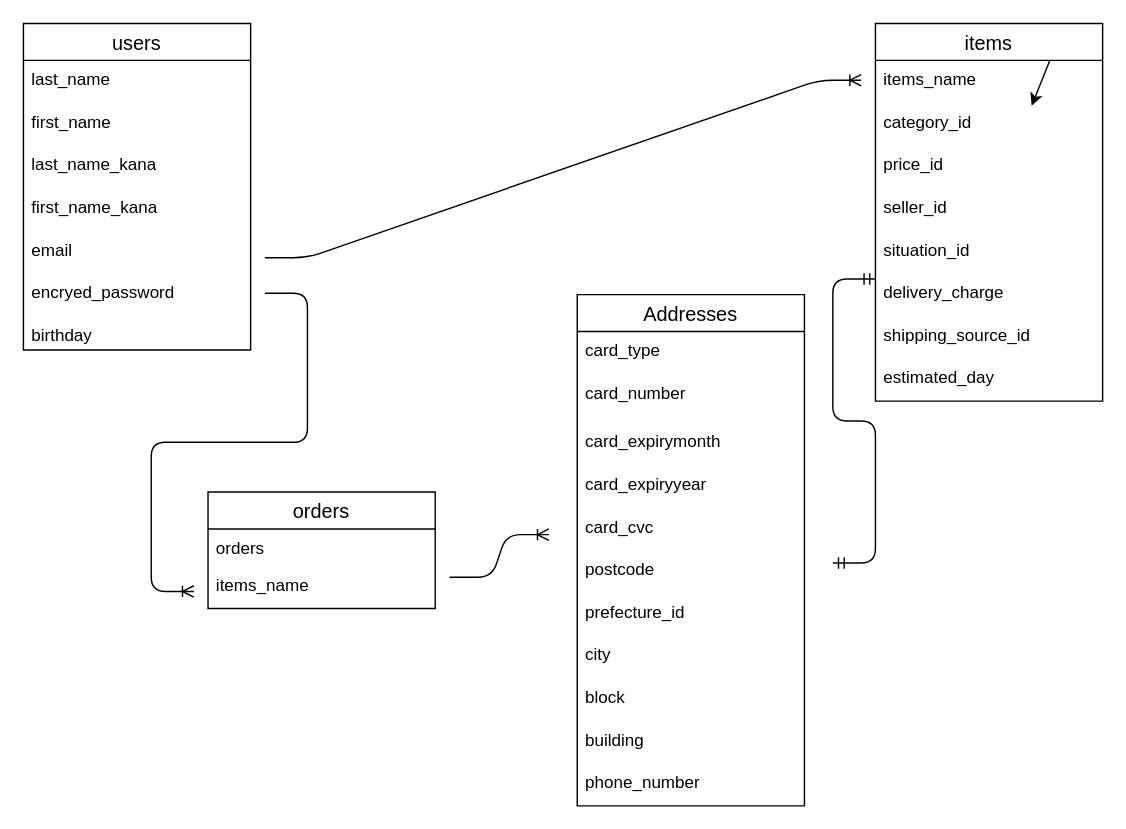
Earlier version of the draw.io diagram test.dio (ri0629/furima-39484). Source tidied: cells renumbered, new cells numbered last; positions are measured from the earlier drawing's top-left corner, leaving out a move shared by most shapes. Both pictures are drawn from the tidied source at 142%, with x=0, y=0 at pixel (23, 23).
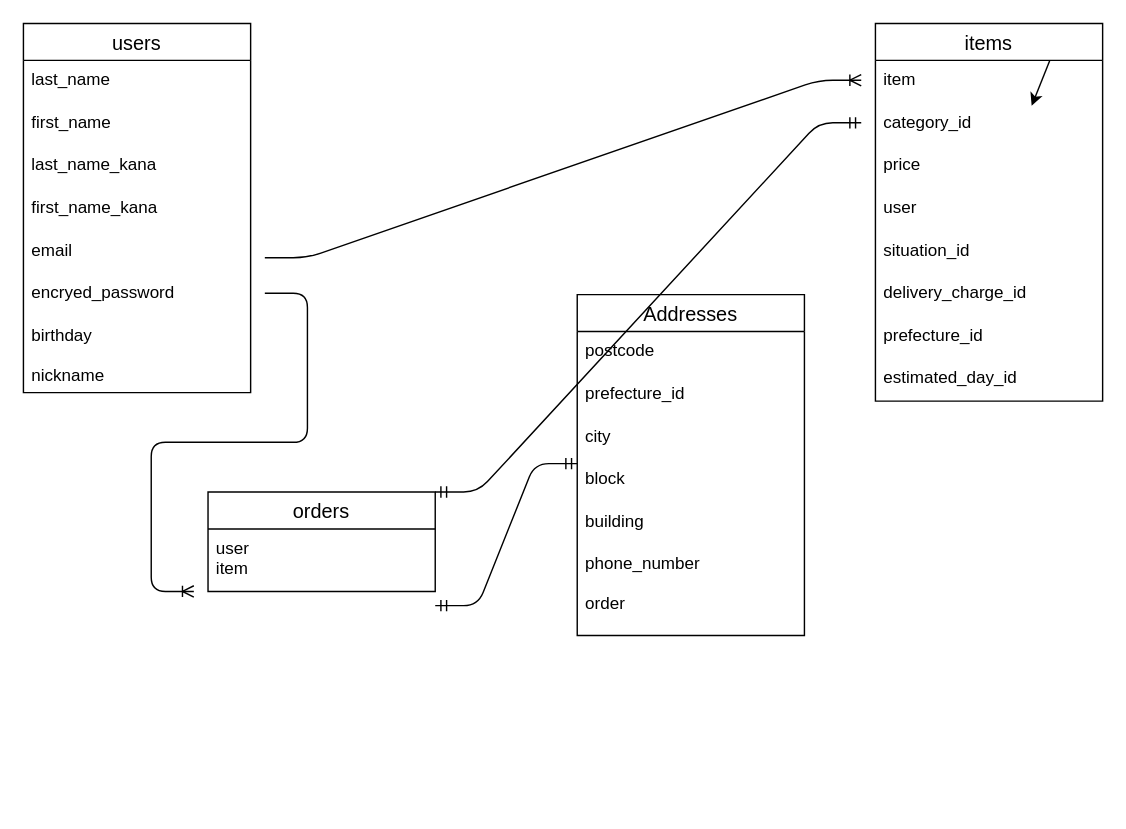
The same diagram, later.

The change refers to these unchanged cells:
```xml
<mxCell id="11" value="items" style="swimlane;fontStyle=0;horizontal=1;startSize=26;align=center;fontSize=14;" parent="1" vertex="1">
  <mxGeometry x="600" width="160" height="266" as="geometry" />
</mxCell>
```

The edit, as a diff of the source:
```diff
@@
     <mxCell id="2" value="users" style="swimlane;fontStyle=0;horizontal=1;startSize=26;align=center;fontSize=14;" parent="1" vertex="1">
-      <mxGeometry width="160" height="230" as="geometry" />
+      <mxGeometry width="160" height="260" as="geometry" />
     </mxCell>
@@
-    <mxCell id="9" value="birthday" style="text;strokeColor=none;fillColor=none;spacingLeft=4;spacingRight=4;overflow=hidden;fontSize=12;" parent="2" vertex="1">
-      <mxGeometry y="206" width="160" height="24" as="geometry" />
+    <mxCell id="9" value="birthday&#10;&#10;nickname" style="text;strokeColor=none;fillColor=none;spacingLeft=4;spacingRight=4;overflow=hidden;fontSize=12;" parent="2" vertex="1">
+      <mxGeometry y="206" width="160" height="54" as="geometry" />
     </mxCell>
@@
-    <mxCell id="12" value="items_name" style="text;strokeColor=none;fillColor=none;spacingLeft=4;spacingRight=4;overflow=hidden;fontSize=12;" parent="11" vertex="1">
+    <mxCell id="12" value="item" style="text;strokeColor=none;fillColor=none;spacingLeft=4;spacingRight=4;overflow=hidden;fontSize=12;" parent="11" vertex="1">
       <mxGeometry y="26" width="160" height="30" as="geometry" />
     </mxCell>
@@
-    <mxCell id="14" value="price_id" style="text;strokeColor=none;fillColor=none;spacingLeft=4;spacingRight=4;overflow=hidden;fontSize=12;" parent="11" vertex="1">
+    <mxCell id="14" value="price" style="text;strokeColor=none;fillColor=none;spacingLeft=4;spacingRight=4;overflow=hidden;fontSize=12;" parent="11" vertex="1">
       <mxGeometry y="86" width="160" height="30" as="geometry" />
     </mxCell>
-    <mxCell id="15" value="seller_id" style="text;strokeColor=none;fillColor=none;spacingLeft=4;spacingRight=4;overflow=hidden;fontSize=12;" parent="11" vertex="1">
+    <mxCell id="15" value="user" style="text;strokeColor=none;fillColor=none;spacingLeft=4;spacingRight=4;overflow=hidden;fontSize=12;" parent="11" vertex="1">
       <mxGeometry y="116" width="160" height="30" as="geometry" />
     </mxCell>
@@
-    <mxCell id="17" value="delivery_charge" style="text;strokeColor=none;fillColor=none;spacingLeft=4;spacingRight=4;overflow=hidden;fontSize=12;" parent="11" vertex="1">
+    <mxCell id="17" value="delivery_charge_id" style="text;strokeColor=none;fillColor=none;spacingLeft=4;spacingRight=4;overflow=hidden;fontSize=12;" parent="11" vertex="1">
       <mxGeometry y="176" width="160" height="30" as="geometry" />
     </mxCell>
-    <mxCell id="18" value="shipping_source_id" style="text;strokeColor=none;fillColor=none;spacingLeft=4;spacingRight=4;overflow=hidden;fontSize=12;" parent="11" vertex="1">
+    <mxCell id="18" value="prefecture_id" style="text;strokeColor=none;fillColor=none;spacingLeft=4;spacingRight=4;overflow=hidden;fontSize=12;" parent="11" vertex="1">
       <mxGeometry y="206" width="160" height="30" as="geometry" />
     </mxCell>
-    <mxCell id="19" value="estimated_day" style="text;strokeColor=none;fillColor=none;spacingLeft=4;spacingRight=4;overflow=hidden;fontSize=12;" parent="11" vertex="1">
+    <mxCell id="19" value="estimated_day_id" style="text;strokeColor=none;fillColor=none;spacingLeft=4;spacingRight=4;overflow=hidden;fontSize=12;" parent="11" vertex="1">
       <mxGeometry y="236" width="160" height="30" as="geometry" />
     </mxCell>
     <mxCell id="20" value="orders" style="swimlane;fontStyle=0;horizontal=1;startSize=26;align=center;fontSize=14;" parent="1" vertex="1">
-      <mxGeometry x="130" y="330" width="160" height="82" as="geometry" />
+      <mxGeometry x="130" y="330" width="160" height="70" as="geometry" />
     </mxCell>
-    <mxCell id="21" value="orders" style="text;strokeColor=none;fillColor=none;spacingLeft=4;spacingRight=4;overflow=hidden;fontSize=12;" parent="20" vertex="1">
-      <mxGeometry y="26" width="160" height="26" as="geometry" />
+    <mxCell id="21" value="user&#10;item" style="text;strokeColor=none;fillColor=none;spacingLeft=4;spacingRight=4;overflow=hidden;fontSize=12;" parent="20" vertex="1">
+      <mxGeometry y="26" width="160" height="44" as="geometry" />
     </mxCell>
-    <mxCell id="22" value="items_name" style="text;strokeColor=none;fillColor=none;spacingLeft=4;spacingRight=4;overflow=hidden;fontSize=12;" parent="20" vertex="1">
-      <mxGeometry y="52" width="160" height="30" as="geometry" />
-    </mxCell>
@@
-    <mxCell id="25" style="edgeStyle=entityRelationEdgeStyle;fontSize=12;html=1;endArrow=ERoneToMany;" parent="1" edge="1">
-      <mxGeometry relative="1" as="geometry">
-        <mxPoint x="300" y="390" as="sourcePoint" />
-        <mxPoint x="370" y="360" as="targetPoint" />
-      </mxGeometry>
-    </mxCell>
     <mxCell id="26" value="Addresses" style="swimlane;fontStyle=0;horizontal=1;startSize=26;align=center;fontSize=14;" parent="1" vertex="1">
-      <mxGeometry x="390" y="191" width="160" height="360" as="geometry" />
+      <mxGeometry x="390" y="191" width="160" height="240" as="geometry" />
     </mxCell>
-    <mxCell id="27" value="card_type" style="text;strokeColor=none;fillColor=none;spacingLeft=4;spacingRight=4;overflow=hidden;fontSize=12;" parent="26" vertex="1">
-      <mxGeometry y="26" width="160" height="30" as="geometry" />
-    </mxCell>
-    <mxCell id="28" value="card_number&#10;&#10;" style="text;strokeColor=none;fillColor=none;spacingLeft=4;spacingRight=4;overflow=hidden;fontSize=12;" parent="26" vertex="1">
-      <mxGeometry y="56" width="160" height="34" as="geometry" />
-    </mxCell>
-    <mxCell id="29" value="card_expirymonth" style="text;strokeColor=none;fillColor=none;spacingLeft=4;spacingRight=4;overflow=hidden;fontSize=12;" parent="26" vertex="1">
-      <mxGeometry y="90" width="160" height="30" as="geometry" />
-    </mxCell>
-    <mxCell id="30" value="card_expiryyear" style="text;strokeColor=none;fillColor=none;spacingLeft=4;spacingRight=4;overflow=hidden;fontSize=12;" parent="26" vertex="1">
-      <mxGeometry y="120" width="160" height="30" as="geometry" />
-    </mxCell>
-    <mxCell id="31" value="card_cvc" style="text;strokeColor=none;fillColor=none;spacingLeft=4;spacingRight=4;overflow=hidden;fontSize=12;" parent="26" vertex="1">
-      <mxGeometry y="150" width="160" height="30" as="geometry" />
-    </mxCell>
     <mxCell id="32" value="postcode" style="text;strokeColor=none;fillColor=none;spacingLeft=4;spacingRight=4;overflow=hidden;fontSize=12;" parent="26" vertex="1">
-      <mxGeometry y="180" width="160" height="30" as="geometry" />
+      <mxGeometry y="26" width="160" height="30" as="geometry" />
     </mxCell>
     <mxCell id="33" value="prefecture_id" style="text;strokeColor=none;fillColor=none;spacingLeft=4;spacingRight=4;overflow=hidden;fontSize=12;" parent="26" vertex="1">
-      <mxGeometry y="210" width="160" height="30" as="geometry" />
+      <mxGeometry y="56" width="160" height="30" as="geometry" />
     </mxCell>
     <mxCell id="34" value="city" style="text;strokeColor=none;fillColor=none;spacingLeft=4;spacingRight=4;overflow=hidden;fontSize=12;" parent="26" vertex="1">
-      <mxGeometry y="240" width="160" height="30" as="geometry" />
+      <mxGeometry y="86" width="160" height="30" as="geometry" />
     </mxCell>
     <mxCell id="35" value="block" style="text;strokeColor=none;fillColor=none;spacingLeft=4;spacingRight=4;overflow=hidden;fontSize=12;" parent="26" vertex="1">
-      <mxGeometry y="270" width="160" height="30" as="geometry" />
+      <mxGeometry y="116" width="160" height="30" as="geometry" />
     </mxCell>
     <mxCell id="36" value="building" style="text;strokeColor=none;fillColor=none;spacingLeft=4;spacingRight=4;overflow=hidden;fontSize=12;" parent="26" vertex="1">
-      <mxGeometry y="300" width="160" height="30" as="geometry" />
+      <mxGeometry y="146" width="160" height="30" as="geometry" />
     </mxCell>
-    <mxCell id="37" value="phone_number" style="text;strokeColor=none;fillColor=none;spacingLeft=4;spacingRight=4;overflow=hidden;fontSize=12;" parent="26" vertex="1">
-      <mxGeometry y="330" width="160" height="30" as="geometry" />
+    <mxCell id="37" value="phone_number&#10;&#10;order&#10;&#10;" style="text;strokeColor=none;fillColor=none;spacingLeft=4;spacingRight=4;overflow=hidden;fontSize=12;" parent="26" vertex="1">
+      <mxGeometry y="176" width="160" height="64" as="geometry" />
     </mxCell>
-    <mxCell id="38" style="edgeStyle=entityRelationEdgeStyle;fontSize=12;html=1;endArrow=ERmandOne;startArrow=ERmandOne;" parent="1" edge="1">
-      <mxGeometry relative="1" as="geometry">
-        <mxPoint x="570" y="380" as="sourcePoint" />
-        <mxPoint x="600" y="180" as="targetPoint" />
-      </mxGeometry>
-    </mxCell>
+    <mxCell id="39" style="edgeStyle=entityRelationEdgeStyle;fontSize=12;html=1;endArrow=ERmandOne;startArrow=ERmandOne;exitX=1;exitY=0;exitDx=0;exitDy=0;" parent="1" edge="1" source="20">
+      <mxGeometry relative="1" as="geometry">
+        <mxPoint x="590" y="70" as="targetPoint" />
+      </mxGeometry>
+    </mxCell>
+    <mxCell id="40" style="edgeStyle=entityRelationEdgeStyle;fontSize=12;html=1;endArrow=ERmandOne;startArrow=ERmandOne;" parent="1" edge="1">
+      <mxGeometry relative="1" as="geometry">
+        <mxPoint x="290" y="410" as="sourcePoint" />
+        <mxPoint x="390" y="310" as="targetPoint" />
+      </mxGeometry>
+    </mxCell>
```
